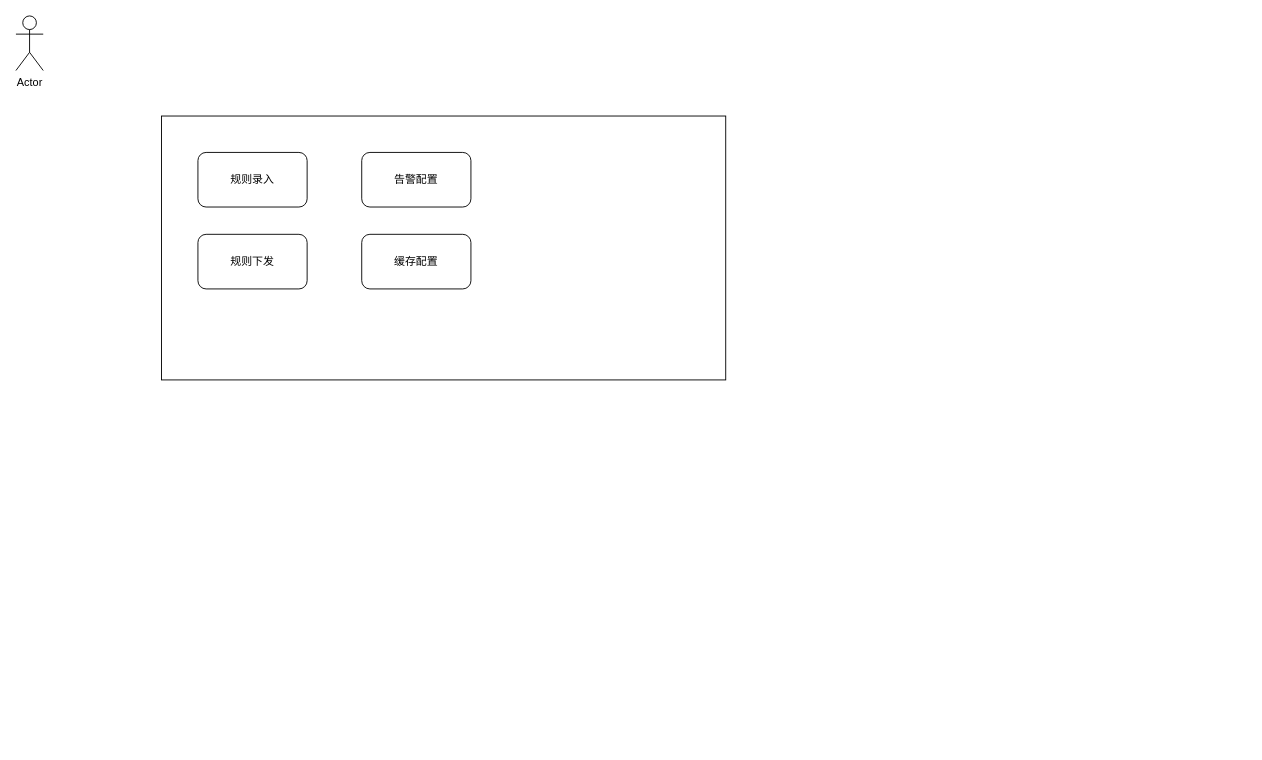
This is dfire/大盘鸡.drawio from SurpriseXiong/draw, a draw.io file, before an edit. Source tidied: cells renumbered, new cells numbered last; positions are measured from the earlier drawing's top-left corner, leaving out a move shared by most shapes. Both pictures are drawn from the tidied source at 91%, with x=0, y=0 at pixel (15, 15).
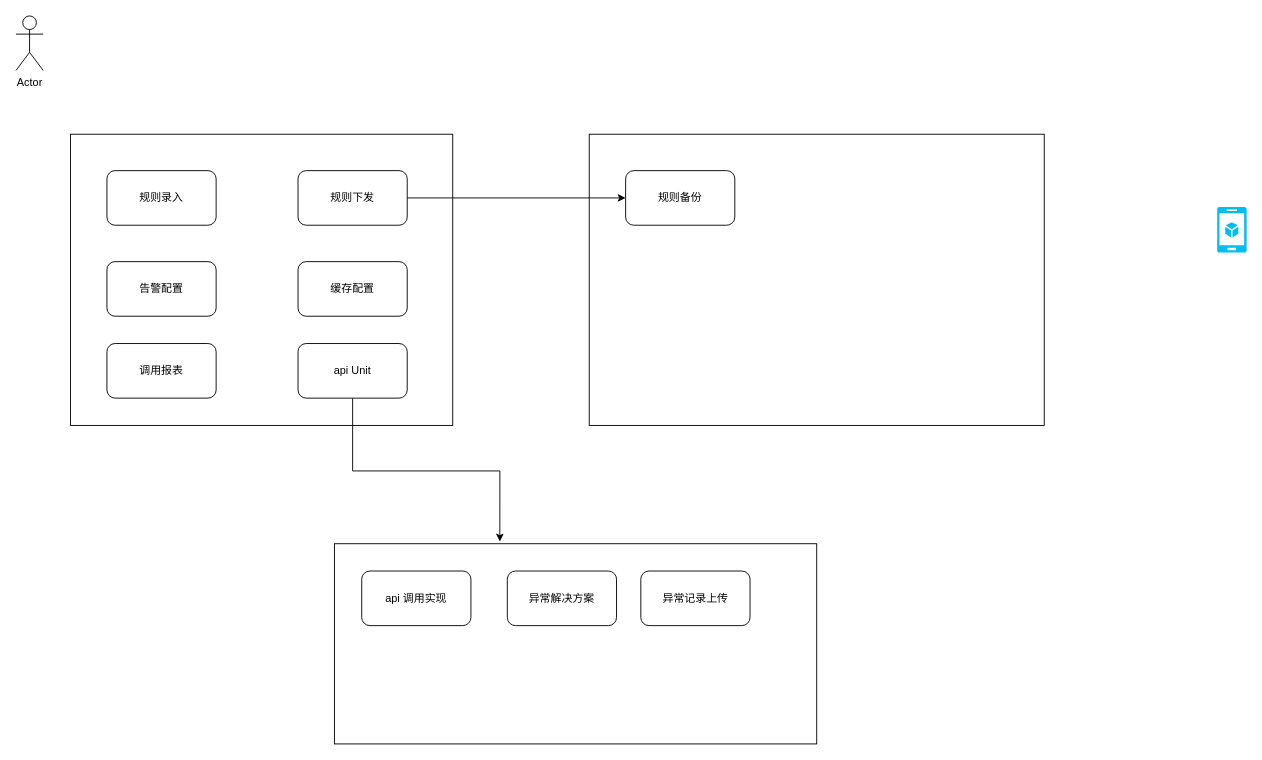
Above is the later version.

The edit, as a diff of the source:
```diff
@@
 <mxGraphModel>
   <root>
     <mxCell id="0" />
     <mxCell id="1" parent="0" />
+    <mxCell id="8" style="rounded=0;whiteSpace=wrap;html=1;" parent="1" vertex="1">
+      <mxGeometry x="630" y="130" width="500" height="320" as="geometry" />
+    </mxCell>
     <mxCell id="2" style="rounded=0;whiteSpace=wrap;html=1;" parent="1" vertex="1">
-      <mxGeometry x="160" y="110" width="620" height="290" as="geometry" />
+      <mxGeometry x="60" y="130" width="420" height="320" as="geometry" />
     </mxCell>
     <mxCell id="3" value="Actor" style="shape=umlActor;verticalLabelPosition=bottom;labelBackgroundColor=#ffffff;verticalAlign=top;html=1;" parent="1" vertex="1">
       <mxGeometry width="30" height="60" as="geometry" />
     </mxCell>
     <mxCell id="4" value="规则录入" style="rounded=1;whiteSpace=wrap;html=1;" parent="1" vertex="1">
-      <mxGeometry x="200" y="150" width="120" height="60" as="geometry" />
+      <mxGeometry x="100" y="170" width="120" height="60" as="geometry" />
     </mxCell>
+    <mxCell id="9" style="edgeStyle=orthogonalEdgeStyle;rounded=0;jettySize=auto;html=1;exitX=1;exitY=0.5;exitDx=0;exitDy=0;" parent="1" edge="1" source="5" target="10">
+      <mxGeometry relative="1" as="geometry" />
+    </mxCell>
     <mxCell id="5" value="规则下发" style="rounded=1;whiteSpace=wrap;html=1;" parent="1" vertex="1">
-      <mxGeometry x="200" y="240" width="120" height="60" as="geometry" />
+      <mxGeometry x="310" y="170" width="120" height="60" as="geometry" />
     </mxCell>
     <mxCell id="6" value="告警配置" style="rounded=1;whiteSpace=wrap;html=1;" parent="1" vertex="1">
-      <mxGeometry x="380" y="150" width="120" height="60" as="geometry" />
+      <mxGeometry x="100" y="270" width="120" height="60" as="geometry" />
     </mxCell>
     <mxCell id="7" value="缓存配置" style="rounded=1;whiteSpace=wrap;html=1;" parent="1" vertex="1">
-      <mxGeometry x="380" y="240" width="120" height="60" as="geometry" />
+      <mxGeometry x="310" y="270" width="120" height="60" as="geometry" />
     </mxCell>
+    <mxCell id="10" value="规则备份" style="rounded=1;whiteSpace=wrap;html=1;" parent="1" vertex="1">
+      <mxGeometry x="670" y="170" width="120" height="60" as="geometry" />
+    </mxCell>
+    <mxCell id="11" style="edgeStyle=orthogonalEdgeStyle;rounded=0;jettySize=auto;html=1;exitX=0.5;exitY=1;exitDx=0;exitDy=0;entryX=0.343;entryY=-0.011;entryDx=0;entryDy=0;entryPerimeter=0;" parent="1" edge="1" source="12" target="13">
+      <mxGeometry relative="1" as="geometry" />
+    </mxCell>
+    <mxCell id="12" value="api Unit" style="rounded=1;whiteSpace=wrap;html=1;" parent="1" vertex="1">
+      <mxGeometry x="310" y="360" width="120" height="60" as="geometry" />
+    </mxCell>
+    <mxCell id="13" style="rounded=0;whiteSpace=wrap;html=1;" parent="1" vertex="1">
+      <mxGeometry x="350" y="580" width="530" height="220" as="geometry" />
+    </mxCell>
+    <mxCell id="14" value="api 调用实现" style="rounded=1;whiteSpace=wrap;html=1;" parent="1" vertex="1">
+      <mxGeometry x="380" y="610" width="120" height="60" as="geometry" />
+    </mxCell>
+    <mxCell id="15" value="异常解决方案" style="rounded=1;whiteSpace=wrap;html=1;" parent="1" vertex="1">
+      <mxGeometry x="540" y="610" width="120" height="60" as="geometry" />
+    </mxCell>
+    <mxCell id="16" value="异常记录上传" style="rounded=1;whiteSpace=wrap;html=1;" parent="1" vertex="1">
+      <mxGeometry x="686.7" y="610" width="120" height="60" as="geometry" />
+    </mxCell>
+    <mxCell id="17" value="调用报表" style="rounded=1;whiteSpace=wrap;html=1;" parent="1" vertex="1">
+      <mxGeometry x="100" y="360" width="120" height="60" as="geometry" />
+    </mxCell>
+    <mxCell id="18" style="verticalLabelPosition=bottom;html=1;verticalAlign=top;align=center;strokeColor=none;fillColor=#00BEF2;shape=mxgraph.azure.mobile_services;" parent="1" vertex="1">
+      <mxGeometry x="1320" y="210" width="32.5" height="50" as="geometry" />
+    </mxCell>
   </root>
 </mxGraphModel>
```
